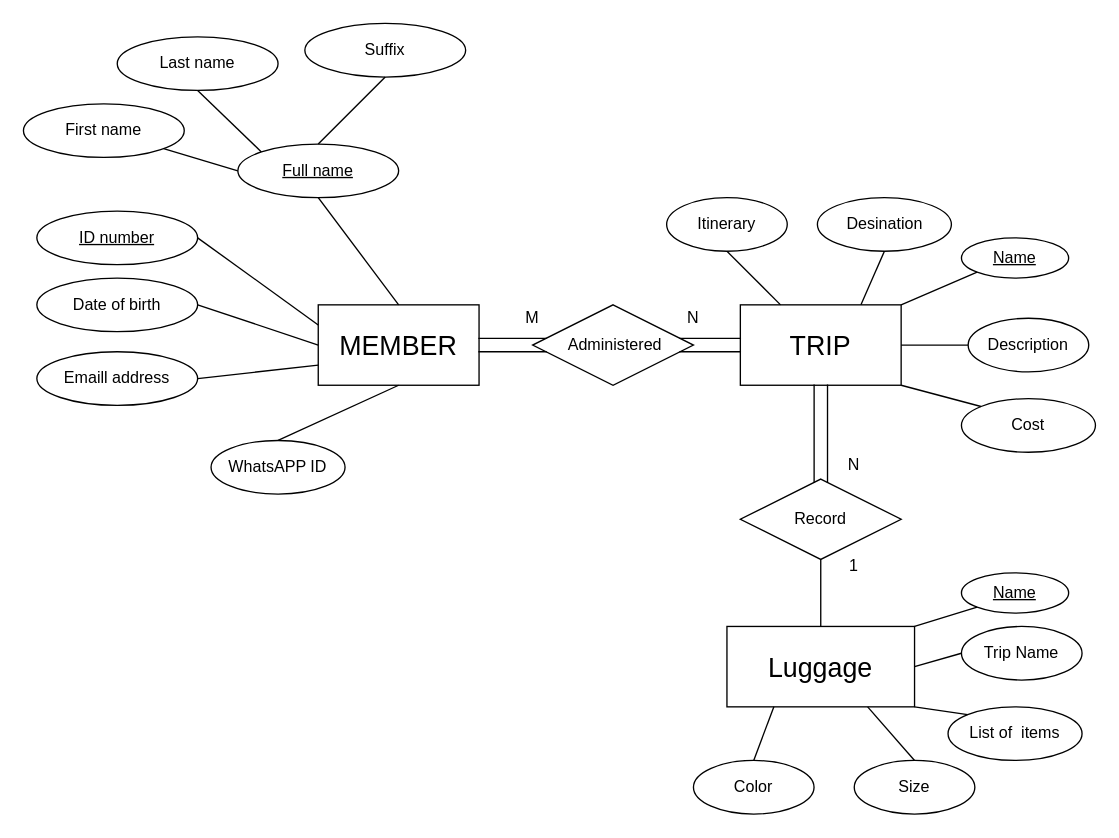
The draw.io diagram page "Page-2" (2 of 2) of Untitled Diagram.drawio in harry-sunhao/52pojie, before the edit. Source tidied: cells renumbered, new cells numbered last; positions are measured from the earlier drawing's top-left corner, leaving out a move shared by most shapes. Both pictures are drawn from the tidied source at 134%, with x=0, y=0 at pixel (23, 23).
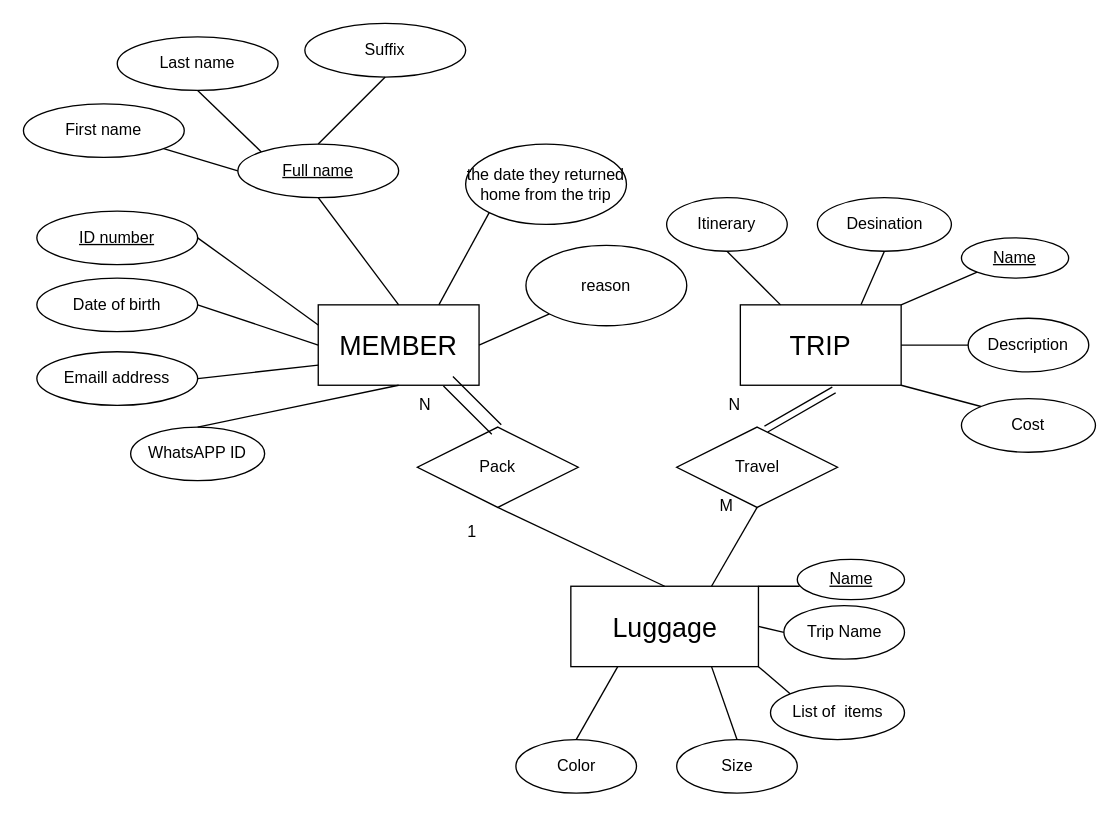
The same page after the edit.

The change refers to these unchanged cells:
```xml
<mxCell id="2" value="&lt;div style=&quot;text-align: left&quot;&gt;&lt;span style=&quot;font-size: 20px&quot;&gt;MEMBER&lt;/span&gt;&lt;/div&gt;" style="rounded=0;whiteSpace=wrap;html=1;" parent="1" vertex="1">
  <mxGeometry x="220" y="210" width="120" height="60" as="geometry" />
</mxCell>
```

Change to the diagram source:
```diff
@@
     <mxCell id="17" value="WhatsAPP ID" style="ellipse;whiteSpace=wrap;html=1;" parent="1" vertex="1">
-      <mxGeometry x="140" y="311.2" width="100" height="40" as="geometry" />
+      <mxGeometry x="80" y="301.2" width="100" height="40" as="geometry" />
     </mxCell>
@@
     <mxCell id="26" value="&lt;div style=&quot;text-align: left&quot;&gt;&lt;span style=&quot;font-size: 20px&quot;&gt;Luggage&lt;/span&gt;&lt;/div&gt;" style="whiteSpace=wrap;html=1;align=center;" parent="1" vertex="1">
-      <mxGeometry x="525" y="450" width="140" height="60" as="geometry" />
+      <mxGeometry x="408.5" y="420" width="140" height="60" as="geometry" />
     </mxCell>
     <mxCell id="27" value="&lt;u&gt;Name&lt;/u&gt;" style="ellipse;whiteSpace=wrap;html=1;" parent="1" vertex="1">
-      <mxGeometry x="700" y="410" width="80" height="30" as="geometry" />
+      <mxGeometry x="577.5" y="400" width="80" height="30" as="geometry" />
     </mxCell>
-    <mxCell id="28" style="endArrow=none;html=1;entryX=0;entryY=1;entryDx=0;entryDy=0;exitX=1;exitY=0;exitDx=0;exitDy=0;" parent="1" edge="1" source="26" target="27">
-      <mxGeometry relative="1" as="geometry" />
+    <mxCell id="28" style="endArrow=none;html=1;entryX=0;entryY=1;entryDx=0;entryDy=0;exitX=1;exitY=0;exitDx=0;exitDy=0;" parent="1" edge="1" source="26">
+      <mxGeometry relative="1" as="geometry">
+        <mxPoint x="579.2" y="420" as="targetPoint" />
+      </mxGeometry>
     </mxCell>
@@
     <mxCell id="30" value="Trip Name" style="ellipse;whiteSpace=wrap;html=1;" parent="1" vertex="1">
-      <mxGeometry x="700" y="450" width="90" height="40" as="geometry" />
+      <mxGeometry x="567.5" y="434.4" width="90" height="40" as="geometry" />
     </mxCell>
     <mxCell id="31" value="List of&amp;nbsp; items" style="ellipse;whiteSpace=wrap;html=1;" parent="1" vertex="1">
-      <mxGeometry x="690" y="510" width="100" height="40" as="geometry" />
+      <mxGeometry x="557.5" y="494.4" width="100" height="40" as="geometry" />
     </mxCell>
@@
-    <mxCell id="33" value="Record" style="shape=rhombus;perimeter=rhombusPerimeter;whiteSpace=wrap;html=1;align=center;" parent="1" vertex="1">
-      <mxGeometry x="535" y="340" width="120" height="60" as="geometry" />
-    </mxCell>
-    <mxCell id="34" style="endArrow=none;html=1;rounded=0;entryX=0.5;entryY=1;entryDx=0;entryDy=0;exitX=0.5;exitY=0;exitDx=0;exitDy=0;" parent="1" edge="1" source="26" target="33">
+    <mxCell id="34" style="endArrow=none;html=1;rounded=0;entryX=0.5;entryY=1;entryDx=0;entryDy=0;exitX=0.5;exitY=0;exitDx=0;exitDy=0;" parent="1" edge="1" source="26" target="38">
       <mxGeometry relative="1" as="geometry" />
     </mxCell>
-    <mxCell id="35" style="shape=partialRectangle;whiteSpace=wrap;html=1;left=0;right=0;fillColor=none;rotation=-90;" parent="1" vertex="1">
-      <mxGeometry x="558.8" y="301.2" width="72.5" height="10" as="geometry" />
-    </mxCell>
-    <mxCell id="36" value="N" style="text;html=1;strokeColor=none;fillColor=none;align=center;verticalAlign=middle;whiteSpace=wrap;rounded=0;" parent="1" vertex="1">
-      <mxGeometry x="600" y="320" width="40" height="20" as="geometry" />
-    </mxCell>
-    <mxCell id="37" value="1" style="text;html=1;strokeColor=none;fillColor=none;align=center;verticalAlign=middle;whiteSpace=wrap;rounded=0;" parent="1" vertex="1">
-      <mxGeometry x="600" y="395" width="40" height="20" as="geometry" />
-    </mxCell>
-    <mxCell id="38" value="&amp;nbsp;Administered" style="shape=rhombus;perimeter=rhombusPerimeter;whiteSpace=wrap;html=1;align=center;" parent="1" vertex="1">
-      <mxGeometry x="380" y="210" width="120" height="60" as="geometry" />
+    <mxCell id="38" value="Pack" style="shape=rhombus;perimeter=rhombusPerimeter;whiteSpace=wrap;html=1;align=center;" parent="1" vertex="1">
+      <mxGeometry x="294" y="301.2" width="120" height="60" as="geometry" />
     </mxCell>
-    <mxCell id="39" style="shape=partialRectangle;whiteSpace=wrap;html=1;left=0;right=0;fillColor=none;rotation=0;" parent="1" vertex="1">
-      <mxGeometry x="340" y="235" width="50" height="10" as="geometry" />
+    <mxCell id="39" style="shape=partialRectangle;whiteSpace=wrap;html=1;left=0;right=0;fillColor=none;rotation=45;" parent="1" vertex="1">
+      <mxGeometry x="310" y="280" width="50" height="10" as="geometry" />
     </mxCell>
-    <mxCell id="40" value="M" style="text;html=1;strokeColor=none;fillColor=none;align=center;verticalAlign=middle;whiteSpace=wrap;rounded=0;" parent="1" vertex="1">
-      <mxGeometry x="360" y="210" width="40" height="20" as="geometry" />
-    </mxCell>
-    <mxCell id="41" style="shape=partialRectangle;whiteSpace=wrap;html=1;left=0;right=0;fillColor=none;rotation=0;" parent="1" vertex="1">
-      <mxGeometry x="490" y="235" width="45" height="10" as="geometry" />
+    <mxCell id="41" style="shape=partialRectangle;whiteSpace=wrap;html=1;left=0;right=0;fillColor=none;rotation=-30;" parent="1" vertex="1">
+      <mxGeometry x="550.8" y="285.6" width="57.5" height="5" as="geometry" />
     </mxCell>
     <mxCell id="42" value="N" style="text;html=1;strokeColor=none;fillColor=none;align=center;verticalAlign=middle;whiteSpace=wrap;rounded=0;" parent="1" vertex="1">
-      <mxGeometry x="480" y="210" width="40" height="20" as="geometry" />
+      <mxGeometry x="280" y="275" width="40" height="20" as="geometry" />
     </mxCell>
@@
     <mxCell id="47" value="Color" style="ellipse;whiteSpace=wrap;html=1;" parent="1" vertex="1">
-      <mxGeometry x="500" y="550" width="90" height="40" as="geometry" />
+      <mxGeometry x="367.5" y="534.4" width="90" height="40" as="geometry" />
     </mxCell>
     <mxCell id="48" value="Size" style="ellipse;whiteSpace=wrap;html=1;" parent="1" vertex="1">
-      <mxGeometry x="620" y="550" width="90" height="40" as="geometry" />
+      <mxGeometry x="487.5" y="534.4" width="90" height="40" as="geometry" />
     </mxCell>
@@
+    <mxCell id="37" value="1" style="text;html=1;strokeColor=none;fillColor=none;align=center;verticalAlign=middle;whiteSpace=wrap;rounded=0;" parent="1" vertex="1">
+      <mxGeometry x="315" y="370" width="40" height="20" as="geometry" />
+    </mxCell>
+    <mxCell id="51" value="Travel" style="shape=rhombus;perimeter=rhombusPerimeter;whiteSpace=wrap;html=1;align=center;" parent="1" vertex="1">
+      <mxGeometry x="487.5" y="301.2" width="120" height="60" as="geometry" />
+    </mxCell>
+    <mxCell id="52" style="endArrow=none;html=1;rounded=0;entryX=0.75;entryY=0;entryDx=0;entryDy=0;exitX=0.5;exitY=1;exitDx=0;exitDy=0;" parent="1" edge="1" source="51" target="26">
+      <mxGeometry relative="1" as="geometry" />
+    </mxCell>
+    <mxCell id="40" value="M" style="text;html=1;strokeColor=none;fillColor=none;align=center;verticalAlign=middle;whiteSpace=wrap;rounded=0;" parent="1" vertex="1">
+      <mxGeometry x="505" y="350" width="40" height="20" as="geometry" />
+    </mxCell>
+    <mxCell id="36" value="N" style="text;html=1;strokeColor=none;fillColor=none;align=center;verticalAlign=middle;whiteSpace=wrap;rounded=0;" parent="1" vertex="1">
+      <mxGeometry x="510.8" y="275" width="40" height="20" as="geometry" />
+    </mxCell>
+    <mxCell id="53" style="endArrow=none;html=1;exitX=0.75;exitY=0;exitDx=0;exitDy=0;entryX=0;entryY=1;entryDx=0;entryDy=0;" parent="1" edge="1" source="2" target="54">
+      <mxGeometry relative="1" as="geometry" />
+    </mxCell>
+    <mxCell id="54" value="the date they returned home from the trip" style="ellipse;whiteSpace=wrap;html=1;" parent="1" vertex="1">
+      <mxGeometry x="330" y="90" width="120" height="60" as="geometry" />
+    </mxCell>
+    <mxCell id="55" style="endArrow=none;html=1;exitX=1;exitY=0.5;exitDx=0;exitDy=0;entryX=0;entryY=1;entryDx=0;entryDy=0;" parent="1" edge="1" source="2" target="56">
+      <mxGeometry relative="1" as="geometry" />
+    </mxCell>
+    <mxCell id="56" value="reason" style="ellipse;whiteSpace=wrap;html=1;" parent="1" vertex="1">
+      <mxGeometry x="375" y="165.6" width="120" height="60" as="geometry" />
+    </mxCell>
```
